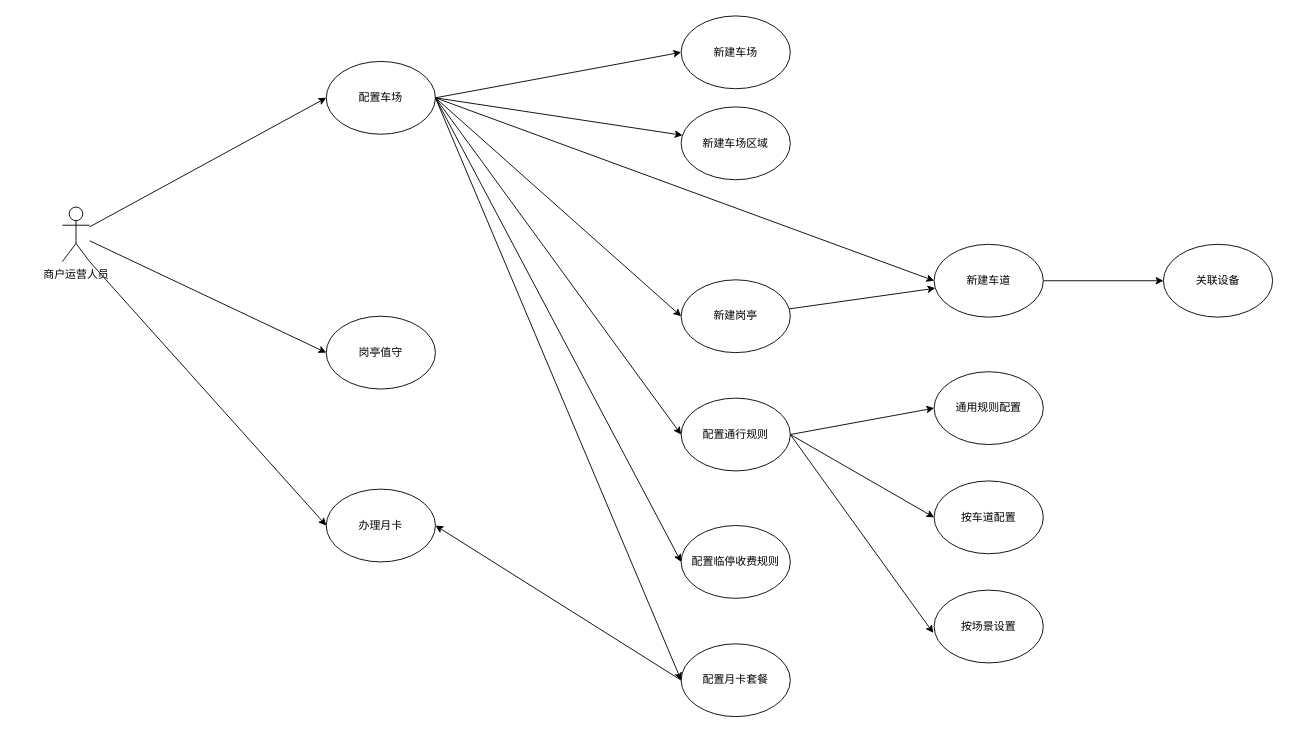
yywyuwei/BusinessProcess keeps this draw.io diagram as page "系统用例-商户运营方" (6 of 6) of hg/sm@rtpark/Untitled Diagram.drawio. Above is the earlier version. Source tidied: cells renumbered, new cells numbered last; positions are measured from the earlier drawing's top-left corner, leaving out a move shared by most shapes. Both pictures are drawn from the tidied source at 91%, with x=0, y=0 at pixel (62, 15).
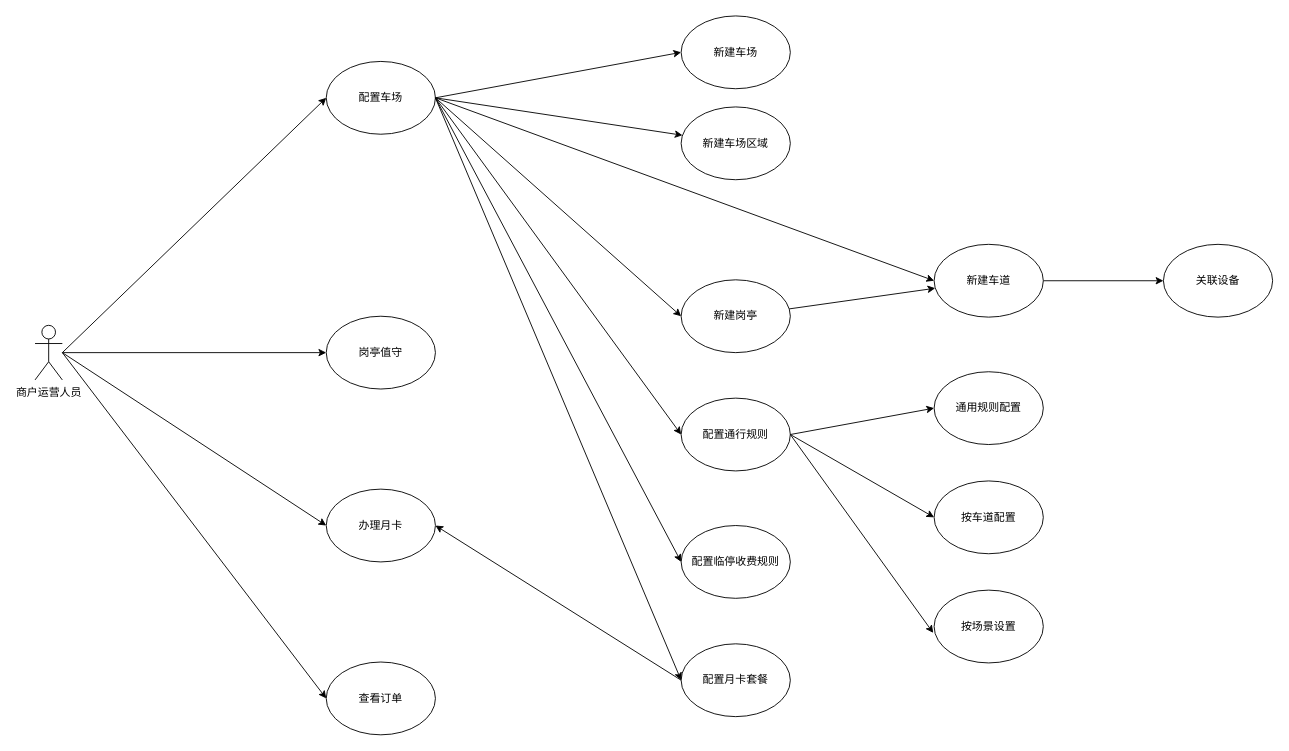
The same diagram, later.

The change refers to these unchanged cells:
```xml
<mxCell id="7" value="配置车场" style="ellipse;whiteSpace=wrap;html=1;" parent="1" vertex="1">
  <mxGeometry x="290" y="50" width="120" height="80" as="geometry" />
</mxCell>
<mxCell id="28" value="办理月卡" style="ellipse;whiteSpace=wrap;html=1;" parent="1" vertex="1">
  <mxGeometry x="290" y="520" width="120" height="80" as="geometry" />
</mxCell>
```

Diff of the diagram source:
```diff
@@
-    <mxCell id="2" style="edgeStyle=none;rounded=0;jettySize=auto;html=1;entryX=0;entryY=0.5;entryDx=0;entryDy=0;" parent="1" edge="1" source="4" target="7">
-      <mxGeometry relative="1" as="geometry" />
+    <mxCell id="2" style="edgeStyle=none;rounded=0;jettySize=auto;html=1;entryX=0;entryY=0.5;entryDx=0;entryDy=0;" parent="1" edge="1" target="7">
+      <mxGeometry relative="1" as="geometry">
+        <mxPoint y="370" as="sourcePoint" />
+      </mxGeometry>
     </mxCell>
@@
     <mxCell id="4" value="商户运营人员" style="shape=umlActor;html=1;verticalLabelPosition=bottom;verticalAlign=top;align=center;" parent="1" vertex="1">
-      <mxGeometry y="210" width="30" height="60" as="geometry" />
+      <mxGeometry x="-30" y="340" width="30" height="60" as="geometry" />
     </mxCell>
@@
-    <mxCell id="30" style="endArrow=classic;html=1;rounded=0;exitX=1;exitY=1;exitDx=0;exitDy=0;exitPerimeter=0;entryX=0;entryY=0.5;entryDx=0;entryDy=0;" parent="1" edge="1" source="4" target="28">
-      <mxGeometry relative="1" as="geometry" />
+    <mxCell id="30" style="endArrow=classic;html=1;rounded=0;entryX=0;entryY=0.5;entryDx=0;entryDy=0;" parent="1" edge="1" target="28">
+      <mxGeometry relative="1" as="geometry">
+        <mxPoint y="370" as="sourcePoint" />
+      </mxGeometry>
     </mxCell>
@@
+    <mxCell id="33" value="查看订单" style="ellipse;whiteSpace=wrap;html=1;" parent="1" vertex="1">
+      <mxGeometry x="290" y="710" width="120" height="80" as="geometry" />
+    </mxCell>
+    <mxCell id="34" style="endArrow=classic;html=1;rounded=0;entryX=0;entryY=0.5;entryDx=0;entryDy=0;" parent="1" edge="1" target="33">
+      <mxGeometry relative="1" as="geometry">
+        <mxPoint y="370" as="sourcePoint" />
+      </mxGeometry>
+    </mxCell>
```
